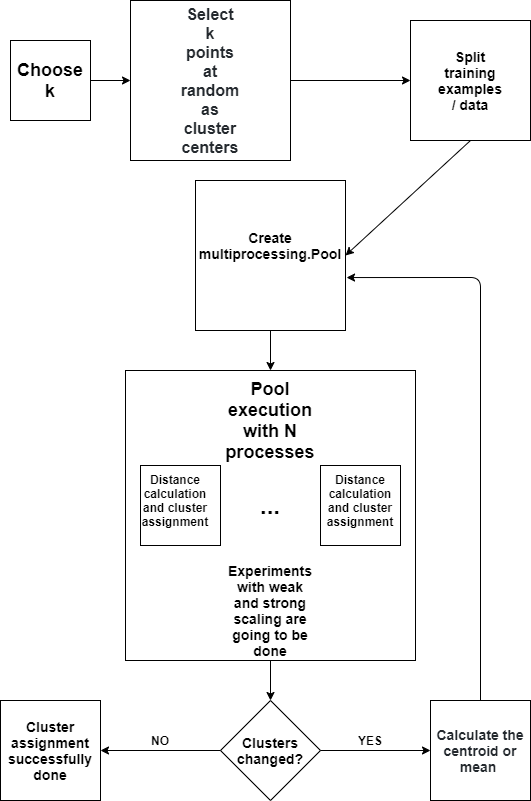
This is utils/images/parallelApproachDigaram.png from NikolaZubic/K-MeansClusteringPythonGoPharo, a draw.io export, as it was before one commit. Source tidied: cells renumbered, new cells last; positions are measured from the earlier drawing's top-left corner, leaving out a move shared by most shapes.
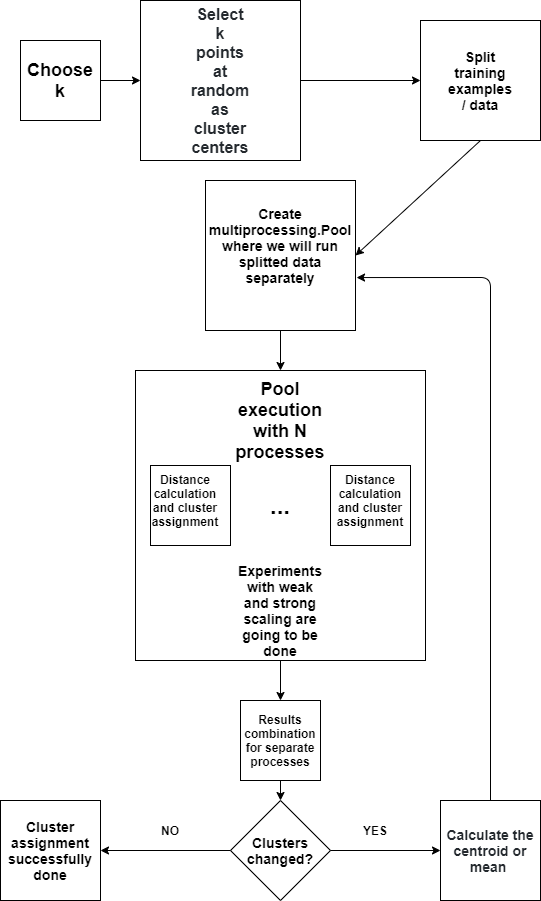
The same diagram one commit later.

The edit, as a diff of the source:
```diff
@@ -21,13 +21,13 @@
       <mxGeometry x="320" y="465" width="80" height="80" as="geometry" />
     </mxCell>
     <mxCell id="8" value="&lt;b&gt;&lt;font style=&quot;font-size: 14px&quot;&gt;Clusters changed?&lt;/font&gt;&lt;/b&gt;" style="rhombus;whiteSpace=wrap;html=1;" parent="1" vertex="1">
-      <mxGeometry x="220" y="700" width="100" height="100" as="geometry" />
+      <mxGeometry x="220" y="800" width="100" height="100" as="geometry" />
     </mxCell>
     <mxCell id="9" value="&lt;font style=&quot;font-size: 14px&quot;&gt;&lt;b&gt;Cluster assignment successfully done&lt;/b&gt;&lt;/font&gt;" style="whiteSpace=wrap;html=1;" parent="1" vertex="1">
-      <mxGeometry y="700" width="100" height="100" as="geometry" />
+      <mxGeometry x="-10" y="800" width="100" height="100" as="geometry" />
     </mxCell>
     <mxCell id="10" value="&lt;span style=&quot;color: rgb(36 , 41 , 46) ; text-align: left ; background-color: rgb(255 , 255 , 255)&quot;&gt;&lt;b&gt;&lt;font style=&quot;font-size: 14px&quot;&gt;Calculate the centroid or mean&amp;nbsp;&lt;/font&gt;&lt;/b&gt;&lt;/span&gt;" style="whiteSpace=wrap;html=1;" parent="1" vertex="1">
-      <mxGeometry x="430" y="700" width="100" height="100" as="geometry" />
+      <mxGeometry x="430" y="800" width="100" height="100" as="geometry" />
     </mxCell>
     <mxCell id="11" style="whiteSpace=wrap;html=1;" parent="1" vertex="1">
       <mxGeometry x="10" y="40" width="80" height="80" as="geometry" />
@@ -47,9 +47,9 @@
     <mxCell id="16" style="endArrow=classic;html=1;exitX=1;exitY=0.5;exitDx=0;exitDy=0;entryX=0;entryY=0.5;entryDx=0;entryDy=0;" parent="1" edge="1" source="2" target="3">
       <mxGeometry relative="1" as="geometry" />
     </mxCell>
-    <mxCell id="17" value="&lt;b&gt;&lt;font style=&quot;font-size: 14px&quot;&gt;Create multiprocessing.Pool&lt;/font&gt;&lt;/b&gt;" style="text;html=1;strokeColor=none;fillColor=none;align=center;verticalAlign=middle;whiteSpace=wrap;rounded=0;" parent="1" vertex="1">
-      <mxGeometry x="250" y="235" width="40" height="20" as="geometry" />
-    </mxCell>
+    <mxCell id="31" value="&lt;b&gt;&lt;font style=&quot;font-size: 14px&quot;&gt;Create multiprocessing.Pool where we will run splitted data separately&lt;/font&gt;&lt;/b&gt;" style="text;html=1;strokeColor=none;fillColor=none;align=center;verticalAlign=middle;whiteSpace=wrap;rounded=0;" parent="1" vertex="1">
+      <mxGeometry x="250" y="235" width="40" height="20" as="geometry" />
+    </mxCell>
     <mxCell id="18" style="endArrow=classic;html=1;exitX=0.5;exitY=1;exitDx=0;exitDy=0;entryX=1;entryY=0.5;entryDx=0;entryDy=0;" parent="1" edge="1" source="3" target="4">
       <mxGeometry relative="1" as="geometry" />
     </mxCell>
@@ -75,13 +75,13 @@
       <mxGeometry relative="1" as="geometry" />
     </mxCell>
     <mxCell id="26" value="&lt;b&gt;YES&lt;/b&gt;" style="text;html=1;strokeColor=none;fillColor=none;align=center;verticalAlign=middle;whiteSpace=wrap;rounded=0;" parent="1" vertex="1">
-      <mxGeometry x="350" y="730" width="40" height="20" as="geometry" />
+      <mxGeometry x="345" y="820" width="40" height="20" as="geometry" />
     </mxCell>
     <mxCell id="27" style="endArrow=classic;html=1;exitX=0;exitY=0.5;exitDx=0;exitDy=0;entryX=1;entryY=0.5;entryDx=0;entryDy=0;" parent="1" edge="1" source="8" target="9">
       <mxGeometry relative="1" as="geometry" />
     </mxCell>
     <mxCell id="28" value="&lt;b&gt;NO&lt;/b&gt;" style="text;html=1;strokeColor=none;fillColor=none;align=center;verticalAlign=middle;whiteSpace=wrap;rounded=0;" parent="1" vertex="1">
-      <mxGeometry x="140" y="730" width="40" height="20" as="geometry" />
+      <mxGeometry x="140" y="820" width="40" height="20" as="geometry" />
     </mxCell>
     <mxCell id="29" style="endArrow=classic;html=1;exitX=0.5;exitY=0;exitDx=0;exitDy=0;entryX=1.007;entryY=0.647;entryDx=0;entryDy=0;entryPerimeter=0;" parent="1" edge="1" source="10" target="4">
       <mxGeometry relative="1" as="geometry">
@@ -90,8 +90,14 @@
         </Array>
       </mxGeometry>
     </mxCell>
-    <mxCell id="30" style="endArrow=classic;html=1;exitX=0.5;exitY=1;exitDx=0;exitDy=0;entryX=0.5;entryY=0;entryDx=0;entryDy=0;" parent="1" edge="1" source="5" target="8">
-      <mxGeometry relative="1" as="geometry" />
-    </mxCell>
+    <mxCell id="32" style="endArrow=classic;html=1;exitX=0.5;exitY=1;exitDx=0;exitDy=0;entryX=0.5;entryY=0;entryDx=0;entryDy=0;" parent="1" edge="1" source="33" target="8">
+      <mxGeometry relative="1" as="geometry" />
+    </mxCell>
+    <mxCell id="33" value="&lt;b&gt;Results combination for separate processes&lt;/b&gt;" style="whiteSpace=wrap;html=1;" parent="1" vertex="1">
+      <mxGeometry x="230" y="700" width="80" height="80" as="geometry" />
+    </mxCell>
+    <mxCell id="34" style="endArrow=classic;html=1;exitX=0.5;exitY=1;exitDx=0;exitDy=0;entryX=0.5;entryY=0;entryDx=0;entryDy=0;" parent="1" edge="1" source="5" target="33">
+      <mxGeometry relative="1" as="geometry" />
+    </mxCell>
   </root>
 </mxGraphModel>
```
